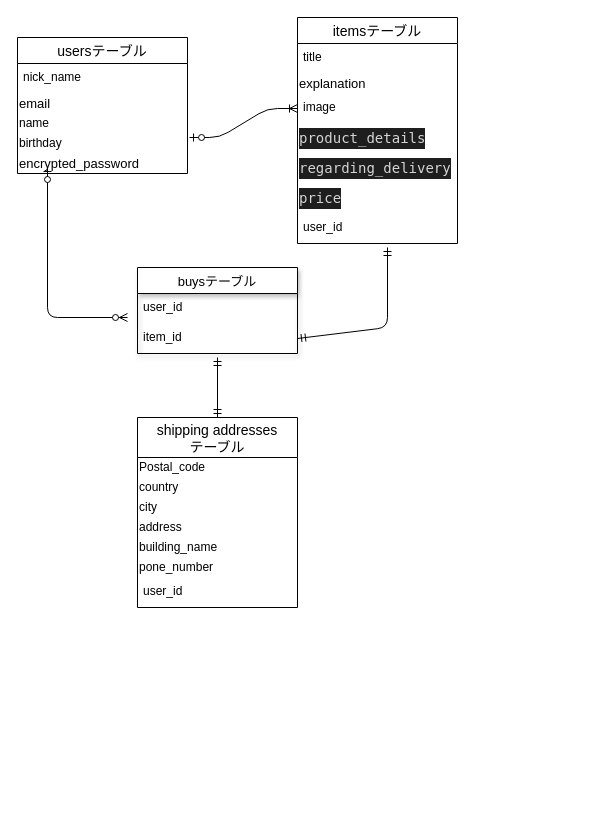
Earlier version of the draw.io diagram furima.dio (nori35/furima-36164). Source tidied: cells renumbered, new cells numbered last; positions are measured from the earlier drawing's top-left corner, leaving out a move shared by most shapes. Both pictures are drawn from the tidied source at 100%, with x=0, y=0 at pixel (17, 17).
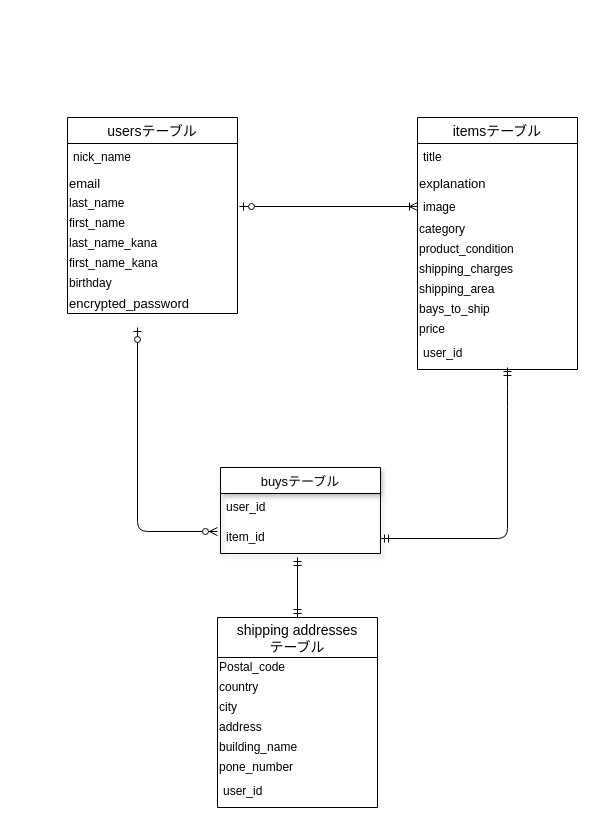
The same diagram, later.

Commit message (it also covers changes not shown here):
データベース修正

The change refers to these unchanged cells:
```xml
<mxCell id="18" value="item_id" style="text;strokeColor=none;fillColor=none;spacingLeft=4;spacingRight=4;overflow=hidden;points=[[0,0.5],[1,0.5]];portConstraint=eastwest;fontSize=12;" parent="16" vertex="1">
  <mxGeometry y="56" width="160" height="30" as="geometry" />
</mxCell>
```

The edit, as a diff of the source:
```diff
@@
     <mxCell id="2" value="usersテーブル" style="swimlane;fontStyle=0;horizontal=1;startSize=26;align=center;fontSize=14;" parent="1" vertex="1">
-      <mxGeometry y="20" width="170" height="136" as="geometry" />
+      <mxGeometry x="50" y="100" width="170" height="196" as="geometry" />
     </mxCell>
@@
+    <mxCell id="31" value="last_name" style="text;html=1;align=left;verticalAlign=middle;fillColor=none;strokeColor=none;rounded=0;" parent="2" vertex="1">
+      <mxGeometry y="76" width="170" height="20" as="geometry" />
+    </mxCell>
+    <mxCell id="32" value="first_name" style="text;html=1;align=left;verticalAlign=middle;fillColor=none;strokeColor=none;rounded=0;" parent="2" vertex="1">
+      <mxGeometry y="96" width="170" height="20" as="geometry" />
+    </mxCell>
-    <mxCell id="5" value="name" style="text;html=1;align=left;verticalAlign=middle;fillColor=none;strokeColor=none;rounded=0;" parent="2" vertex="1">
-      <mxGeometry y="76" width="170" height="20" as="geometry" />
+    <mxCell id="5" value="last_name_kana" style="text;html=1;align=left;verticalAlign=middle;fillColor=none;strokeColor=none;rounded=0;" parent="2" vertex="1">
+      <mxGeometry y="116" width="170" height="20" as="geometry" />
     </mxCell>
+    <mxCell id="33" value="first_name_kana" style="text;html=1;align=left;verticalAlign=middle;fillColor=none;strokeColor=none;rounded=0;" parent="2" vertex="1">
+      <mxGeometry y="136" width="170" height="20" as="geometry" />
+    </mxCell>
     <mxCell id="6" value="birthday" style="text;html=1;align=left;verticalAlign=middle;points=[];fillColor=none;strokeColor=none;rounded=0;" parent="2" vertex="1">
-      <mxGeometry y="96" width="170" height="20" as="geometry" />
+      <mxGeometry y="156" width="170" height="20" as="geometry" />
     </mxCell>
     <mxCell id="7" value="encrypted_password" style="text;html=1;align=left;verticalAlign=middle;fillColor=none;strokeColor=none;rounded=0;shadow=0;fontSize=13;" parent="2" vertex="1">
-      <mxGeometry y="116" width="170" height="20" as="geometry" />
+      <mxGeometry y="176" width="170" height="20" as="geometry" />
     </mxCell>
     <mxCell id="8" value="itemsテーブル" style="swimlane;fontStyle=0;horizontal=1;startSize=26;align=center;fontSize=14;" parent="1" vertex="1">
-      <mxGeometry x="280" width="160" height="226" as="geometry" />
+      <mxGeometry x="400" y="100" width="160" height="252" as="geometry" />
     </mxCell>
@@
     <mxCell id="11" value="image" style="text;strokeColor=none;fillColor=none;spacingLeft=4;spacingRight=4;overflow=hidden;points=[[0,0.5],[1,0.5]];portConstraint=eastwest;fontSize=12;" parent="8" vertex="1">
-      <mxGeometry y="76" width="160" height="30" as="geometry" />
+      <mxGeometry y="76" width="160" height="26" as="geometry" />
     </mxCell>
-    <mxCell id="12" value="&lt;div style=&quot;color: rgb(212 , 212 , 212) ; background-color: rgb(30 , 30 , 30) ; font-family: &amp;quot;ricty diminished&amp;quot; , &amp;quot;menlo&amp;quot; , &amp;quot;monaco&amp;quot; , &amp;quot;courier new&amp;quot; , monospace ; font-size: 14px ; line-height: 21px&quot;&gt;product_details&lt;/div&gt;" style="text;html=1;align=left;verticalAlign=middle;fillColor=none;strokeColor=none;rounded=0;" parent="8" vertex="1">
-      <mxGeometry y="106" width="160" height="30" as="geometry" />
-    </mxCell>
-    <mxCell id="13" value="&lt;div style=&quot;color: rgb(212 , 212 , 212) ; background-color: rgb(30 , 30 , 30) ; font-family: &amp;quot;ricty diminished&amp;quot; , &amp;quot;menlo&amp;quot; , &amp;quot;monaco&amp;quot; , &amp;quot;courier new&amp;quot; , monospace ; font-size: 14px ; line-height: 21px&quot;&gt;regarding_delivery&lt;/div&gt;" style="text;html=1;align=left;verticalAlign=middle;fillColor=none;strokeColor=none;rounded=0;" parent="8" vertex="1">
-      <mxGeometry y="136" width="160" height="30" as="geometry" />
-    </mxCell>
+    <mxCell id="34" value="category" style="text;html=1;align=left;verticalAlign=middle;fillColor=none;strokeColor=none;rounded=0;" parent="8" vertex="1">
+      <mxGeometry y="102" width="160" height="20" as="geometry" />
+    </mxCell>
+    <mxCell id="35" value="product_condition" style="text;html=1;align=left;verticalAlign=middle;fillColor=none;strokeColor=none;rounded=0;" parent="8" vertex="1">
+      <mxGeometry y="122" width="160" height="20" as="geometry" />
+    </mxCell>
+    <mxCell id="36" value="shipping_charges" style="text;html=1;align=left;verticalAlign=middle;fillColor=none;strokeColor=none;rounded=0;" parent="8" vertex="1">
+      <mxGeometry y="142" width="160" height="20" as="geometry" />
+    </mxCell>
+    <mxCell id="37" value="shipping_area" style="text;html=1;align=left;verticalAlign=middle;fillColor=none;strokeColor=none;rounded=0;" parent="8" vertex="1">
+      <mxGeometry y="162" width="160" height="20" as="geometry" />
+    </mxCell>
+    <mxCell id="38" value="bays_to_ship" style="text;html=1;align=left;verticalAlign=middle;fillColor=none;strokeColor=none;rounded=0;" parent="8" vertex="1">
+      <mxGeometry y="182" width="160" height="20" as="geometry" />
+    </mxCell>
-    <mxCell id="14" value="&lt;div style=&quot;color: rgb(212 , 212 , 212) ; background-color: rgb(30 , 30 , 30) ; font-family: &amp;quot;ricty diminished&amp;quot; , &amp;quot;menlo&amp;quot; , &amp;quot;monaco&amp;quot; , &amp;quot;courier new&amp;quot; , monospace ; font-size: 14px ; line-height: 21px&quot;&gt;price &lt;/div&gt;" style="text;html=1;align=left;verticalAlign=middle;fillColor=none;strokeColor=none;rounded=0;" parent="8" vertex="1">
-      <mxGeometry y="166" width="160" height="30" as="geometry" />
+    <mxCell id="14" value="price" style="text;html=1;align=left;verticalAlign=middle;fillColor=none;strokeColor=none;rounded=0;" parent="8" vertex="1">
+      <mxGeometry y="202" width="160" height="20" as="geometry" />
     </mxCell>
     <mxCell id="15" value="user_id" style="text;strokeColor=none;fillColor=none;spacingLeft=4;spacingRight=4;overflow=hidden;fontSize=12;" parent="8" vertex="1">
-      <mxGeometry y="196" width="160" height="30" as="geometry" />
+      <mxGeometry y="222" width="160" height="30" as="geometry" />
     </mxCell>
     <mxCell id="16" value="buysテーブル" style="swimlane;fontStyle=0;horizontal=1;startSize=26;align=center;fontSize=13;shadow=1;" parent="1" vertex="1">
-      <mxGeometry x="120" y="250" width="160" height="86" as="geometry" />
+      <mxGeometry x="203" y="450" width="160" height="86" as="geometry" />
     </mxCell>
@@
-    <mxCell id="19" style="edgeStyle=entityRelationEdgeStyle;fontSize=12;html=1;endArrow=ERoneToMany;startArrow=ERzeroToOne;sourcePerimeterSpacing=0;strokeWidth=1;exitX=1.012;exitY=0.2;exitDx=0;exitDy=0;entryX=0;entryY=0.5;entryDx=0;entryDy=0;exitPerimeter=0;" parent="1" edge="1" source="6" target="11">
-      <mxGeometry relative="1" as="geometry" />
+    <mxCell id="19" style="fontSize=12;html=1;endArrow=ERoneToMany;startArrow=ERzeroToOne;sourcePerimeterSpacing=0;strokeWidth=1;entryX=0;entryY=0.5;entryDx=0;entryDy=0;" parent="1" edge="1" target="11">
+      <mxGeometry relative="1" as="geometry">
+        <mxPoint x="222" y="189" as="sourcePoint" />
+      </mxGeometry>
     </mxCell>
     <mxCell id="20" value="shipping addresses&#10;テーブル" style="swimlane;fontStyle=0;horizontal=1;startSize=40;align=center;fontSize=14;rotation=0;direction=east;" parent="1" vertex="1">
-      <mxGeometry x="120" y="400" width="160" height="190" as="geometry" />
+      <mxGeometry x="200" y="600" width="160" height="190" as="geometry" />
     </mxCell>
@@
     <mxCell id="28" style="fontSize=12;html=1;endArrow=ERzeroToMany;startArrow=ERzeroToOne;sourcePerimeterSpacing=0;strokeWidth=1;" parent="1" edge="1">
       <mxGeometry relative="1" as="geometry">
-        <mxPoint x="30" y="150" as="sourcePoint" />
-        <mxPoint x="110" y="300" as="targetPoint" />
+        <mxPoint x="120" y="310" as="sourcePoint" />
+        <mxPoint x="200" y="514" as="targetPoint" />
         <Array as="points">
-          <mxPoint x="30" y="300" />
+          <mxPoint x="120" y="514" />
         </Array>
       </mxGeometry>
     </mxCell>
     <mxCell id="29" style="fontSize=12;html=1;endArrow=ERmandOne;startArrow=ERmandOne;sourcePerimeterSpacing=0;strokeWidth=1;" parent="1" edge="1">
       <mxGeometry relative="1" as="geometry">
-        <mxPoint x="200" y="400" as="sourcePoint" />
-        <mxPoint x="200" y="340" as="targetPoint" />
+        <mxPoint x="280" y="600" as="sourcePoint" />
+        <mxPoint x="280" y="540" as="targetPoint" />
       </mxGeometry>
     </mxCell>
     <mxCell id="30" style="fontSize=12;html=1;endArrow=ERmandOne;startArrow=ERmandOne;exitX=1;exitY=0.5;exitDx=0;exitDy=0;" parent="1" edge="1" source="18">
       <mxGeometry relative="1" as="geometry">
-        <mxPoint x="370" y="230" as="targetPoint" />
+        <mxPoint x="490" y="350" as="targetPoint" />
         <Array as="points">
-          <mxPoint x="370" y="310" />
+          <mxPoint x="490" y="521" />
+          <mxPoint x="490" y="380" />
         </Array>
       </mxGeometry>
     </mxCell>
```
